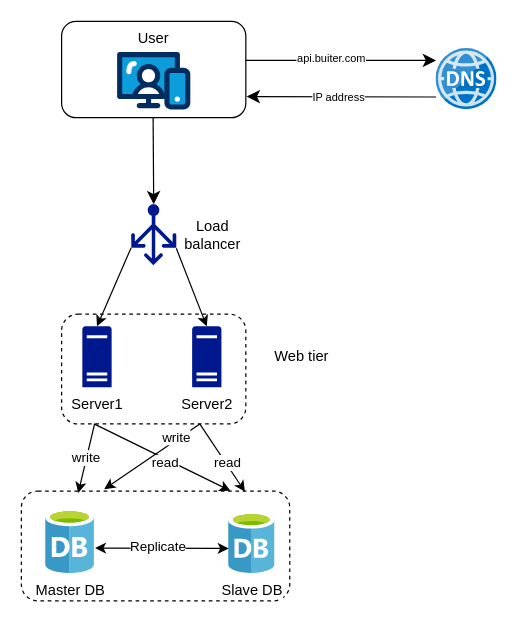
mlorentedev/mlorentedev.github.io keeps this draw.io diagram as page "three-tier-with-database-replication" (5 of 5) of assets/img/2024-09-15/diagrams.drawio. Above is the earlier version. Source tidied: cells renumbered, new cells numbered last; positions are measured from the earlier drawing's top-left corner, leaving out a move shared by most shapes. Both pictures are drawn from the tidied source at 122%, with x=0, y=0 at pixel (21, 21).
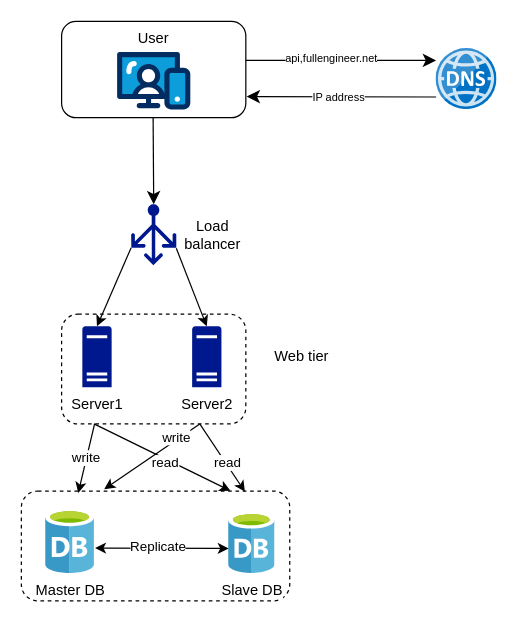
Above is the later version.

The change refers to these unchanged cells:
```xml
<mxCell id="10" style="endArrow=classic;html=1;rounded=0;fontSize=12;startSize=8;endSize=8;curved=1;exitX=0.998;exitY=0.287;exitDx=0;exitDy=0;exitPerimeter=0;" parent="2" edge="1">
  <mxGeometry relative="1" as="geometry">
    <mxPoint x="184" y="32" as="sourcePoint" />
    <mxPoint x="340" y="32" as="targetPoint" />
  </mxGeometry>
</mxCell>
```

Change to the diagram source:
```diff
@@
-    <mxCell id="11" value="api.buiter.com" style="edgeLabel;html=1;align=center;verticalAlign=middle;fontSize=9;" parent="10" vertex="1">
+    <mxCell id="11" value="api,fullengineer.net" style="edgeLabel;html=1;align=center;verticalAlign=middle;fontSize=9;" parent="10" vertex="1">
       <mxGeometry x="-0.47" y="-1" relative="1" as="geometry">
         <mxPoint x="28" y="-3" as="offset" />
       </mxGeometry>
     </mxCell>
```
